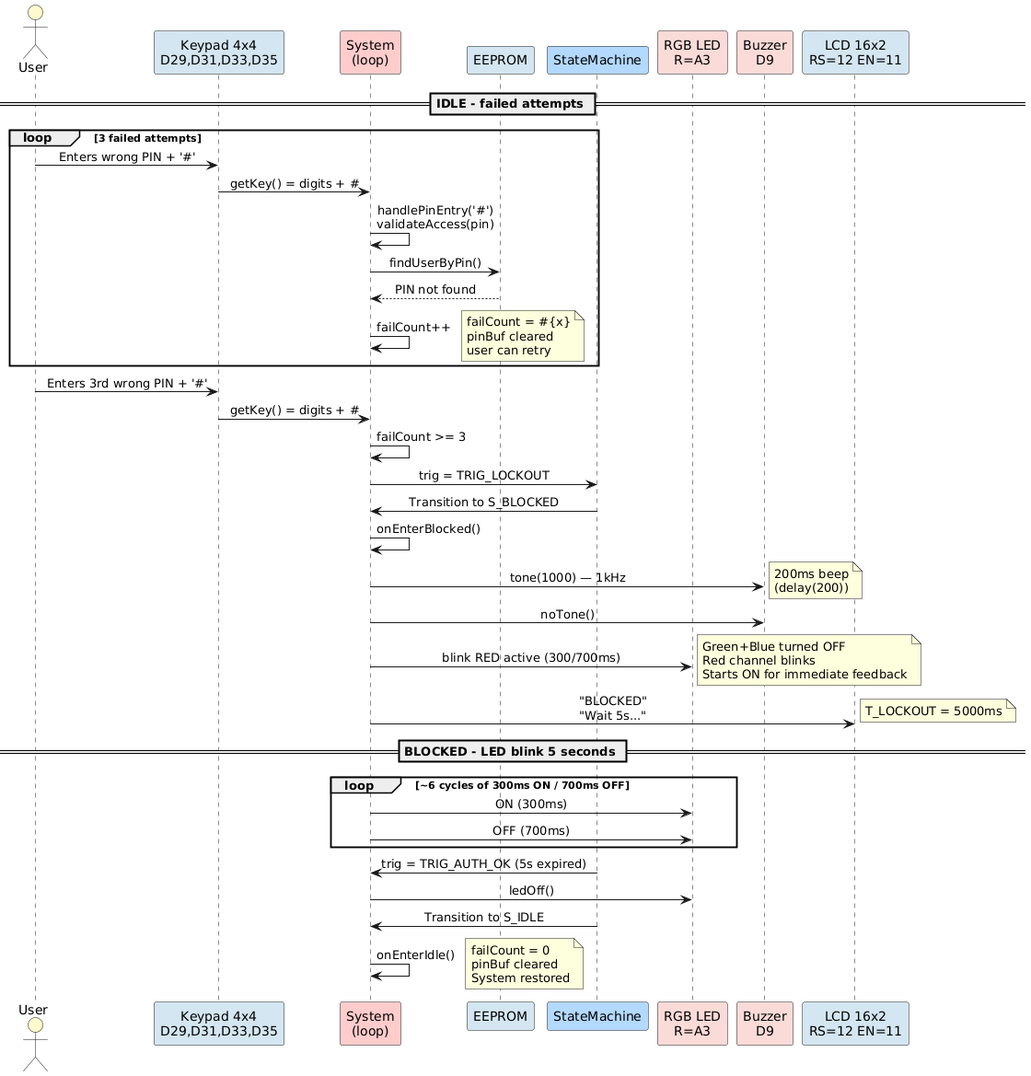
Before: docs/UML/BlockedAttempts.png, a diagram exported from PlantUML (FernandoMulato/Final-Arduino-Project).
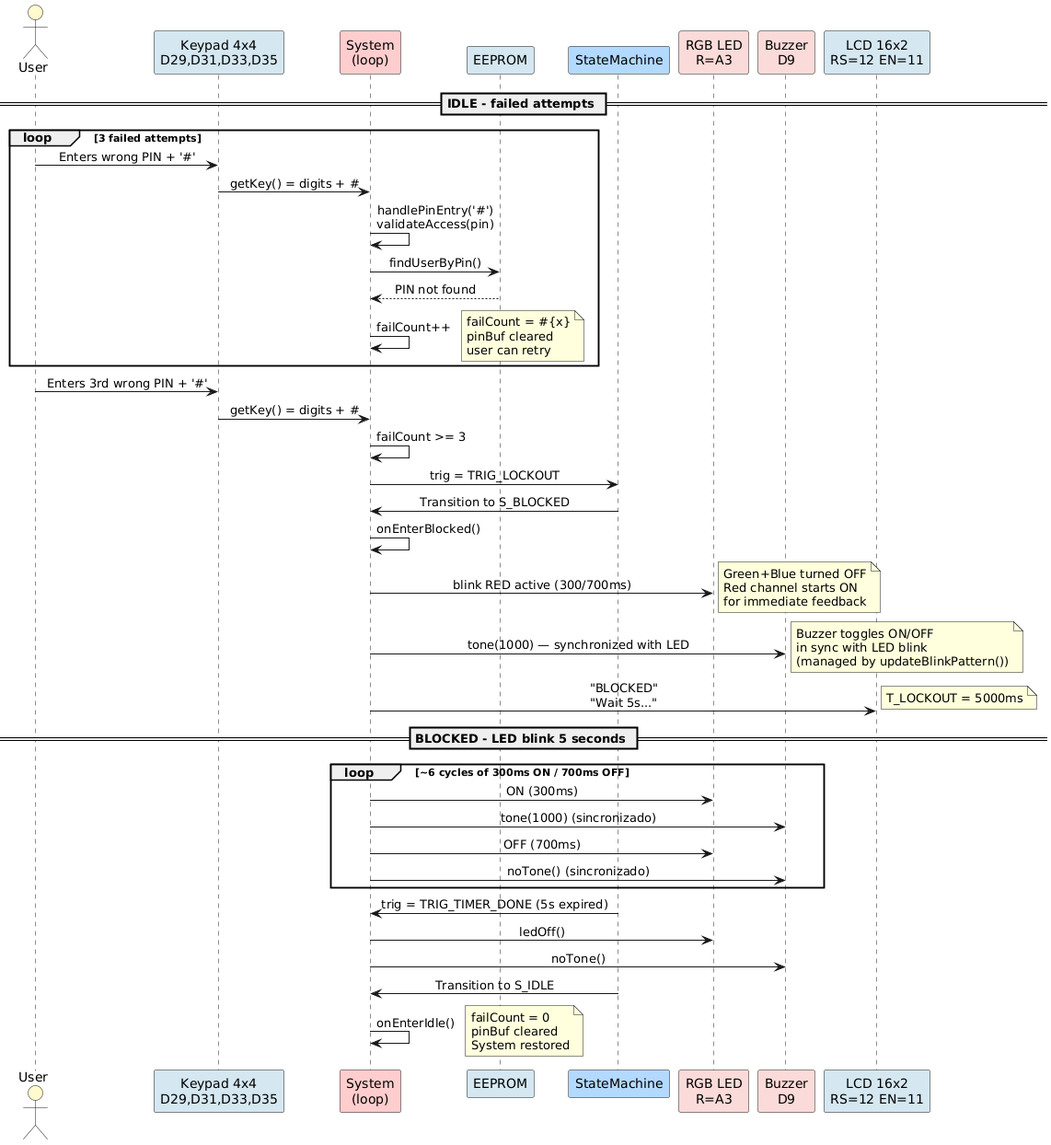
Above is the later version.

Change to the diagram source:
```diff
@@ -31,22 +31,24 @@
 SYS -> FSM: trig = TRIG_LOCKOUT
 FSM -> SYS: Transition to S_BLOCKED
 SYS -> SYS: onEnterBlocked()
-SYS -> BUZ: tone(1000) — 1kHz
-note right: 200ms beep\n(delay(200))
-SYS -> BUZ: noTone()
 SYS -> RGB: blink RED active (300/700ms)
-note right: Green+Blue turned OFF\nRed channel blinks\nStarts ON for immediate feedback
+note right: Green+Blue turned OFF\nRed channel starts ON\nfor immediate feedback
+SYS -> BUZ: tone(1000) — synchronized with LED
+note right: Buzzer toggles ON/OFF\nin sync with LED blink\n(managed by updateBlinkPattern())
 SYS -> LCD: "BLOCKED"\n"Wait 5s..."
 
 == BLOCKED - LED blink 5 seconds ==
 note right: T_LOCKOUT = 5000ms
 loop ~6 cycles of 300ms ON / 700ms OFF
   SYS -> RGB: ON (300ms)
+  SYS -> BUZ: tone(1000) (sincronizado)
   SYS -> RGB: OFF (700ms)
+  SYS -> BUZ: noTone() (sincronizado)
 end
 
-FSM -> SYS: trig = TRIG_AUTH_OK (5s expired)
+FSM -> SYS: trig = TRIG_TIMER_DONE (5s expired)
 SYS -> RGB: ledOff()
+SYS -> BUZ: noTone()
 FSM -> SYS: Transition to S_IDLE
 SYS -> SYS: onEnterIdle()
 note right: failCount = 0\npinBuf cleared\nSystem restored
```
